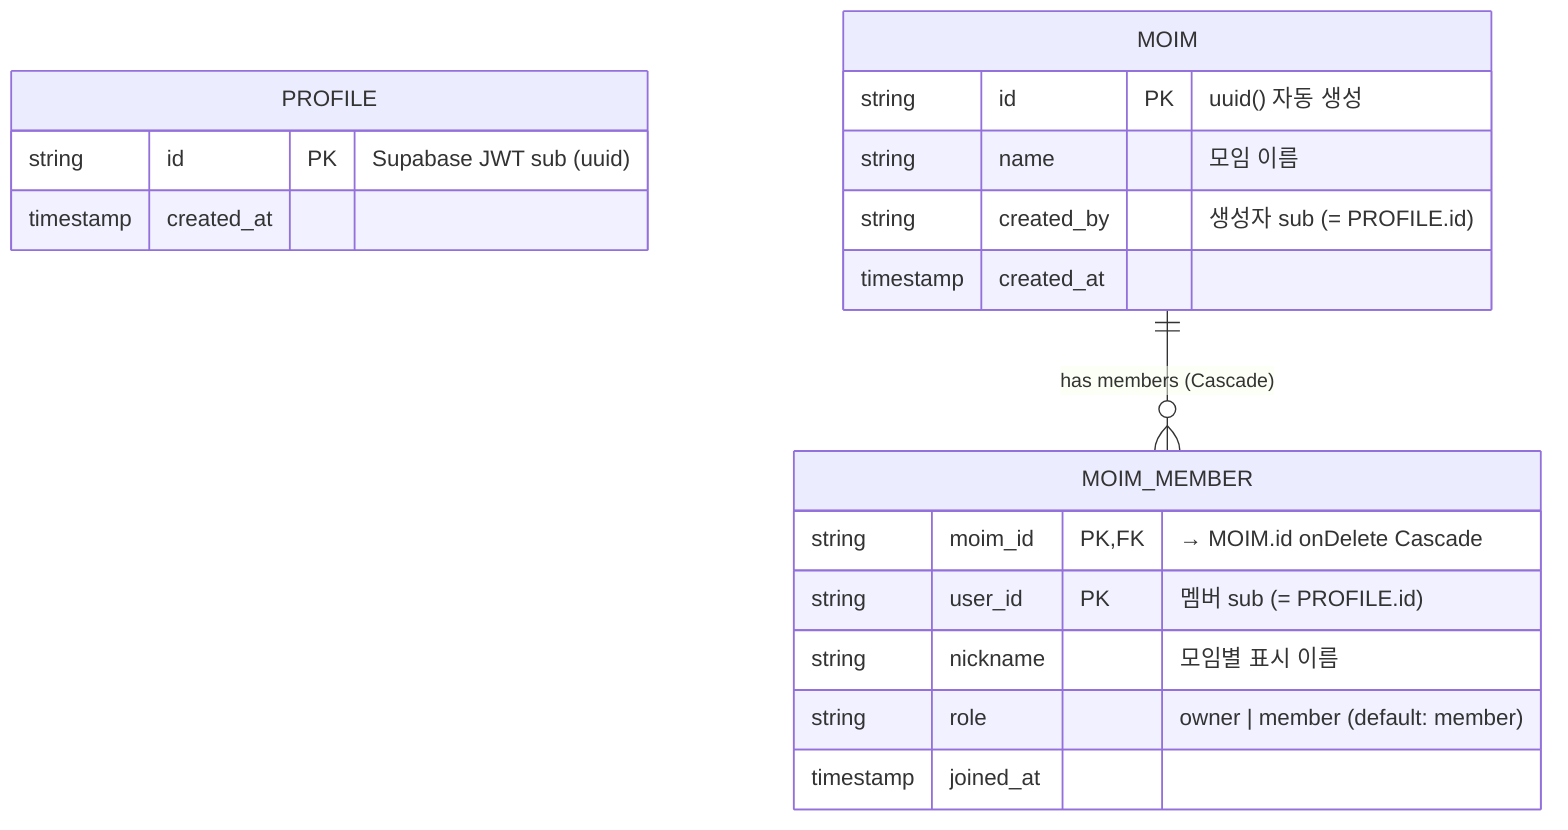
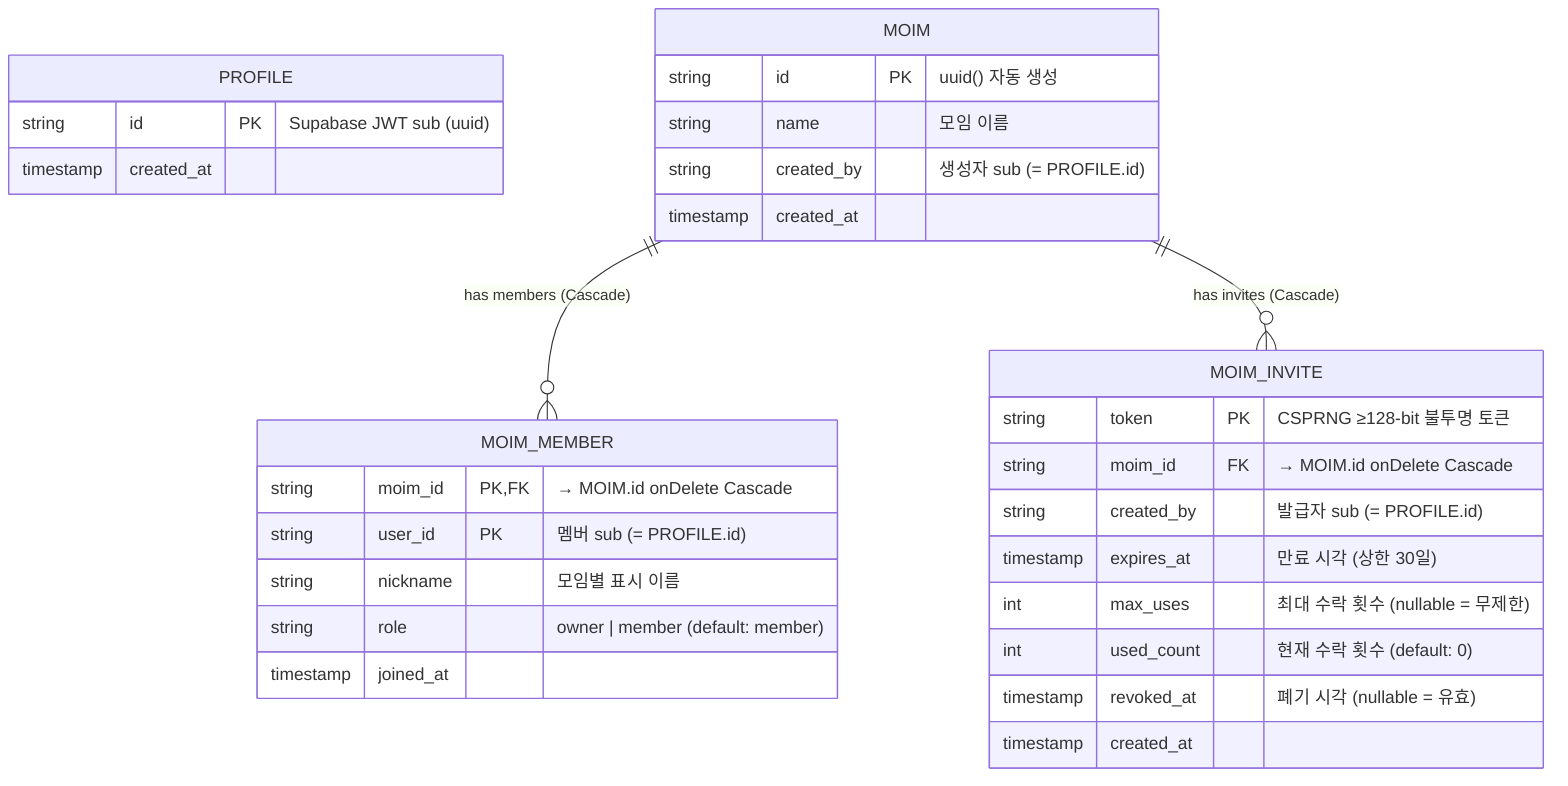
%% Mermaid ER diagram — 수동 갱신 (db.yaml auto-sync 비활성)
%% 기준: apps/backend/prisma/schema.prisma + 마이그레이션 파일
- %% 최종 갱신: 2026-06-13 (SPEC-MOIM-001 sync)
+ %% 최종 갱신: 2026-06-13 (SPEC-MOIM-002 sync)
erDiagram
    PROFILE {
        string id PK "Supabase JWT sub (uuid)"
        timestamp created_at
    }

    MOIM {
        string id PK "uuid() 자동 생성"
        string name "모임 이름"
        string created_by "생성자 sub (= PROFILE.id)"
        timestamp created_at
    }

    MOIM_MEMBER {
        string moim_id PK,FK "→ MOIM.id onDelete Cascade"
        string user_id PK "멤버 sub (= PROFILE.id)"
        string nickname "모임별 표시 이름"
        string role "owner | member (default: member)"
        timestamp joined_at
    }

+     MOIM_INVITE {
+         string token PK "CSPRNG ≥128-bit 불투명 토큰"
+         string moim_id FK "→ MOIM.id onDelete Cascade"
+         string created_by "발급자 sub (= PROFILE.id)"
+         timestamp expires_at "만료 시각 (상한 30일)"
+         int max_uses "최대 수락 횟수 (nullable = 무제한)"
+         int used_count "현재 수락 횟수 (default: 0)"
+         timestamp revoked_at "폐기 시각 (nullable = 유효)"
+         timestamp created_at
+     }
+ 
    MOIM ||--o{ MOIM_MEMBER : "has members (Cascade)"
+     MOIM ||--o{ MOIM_INVITE : "has invites (Cascade)"
